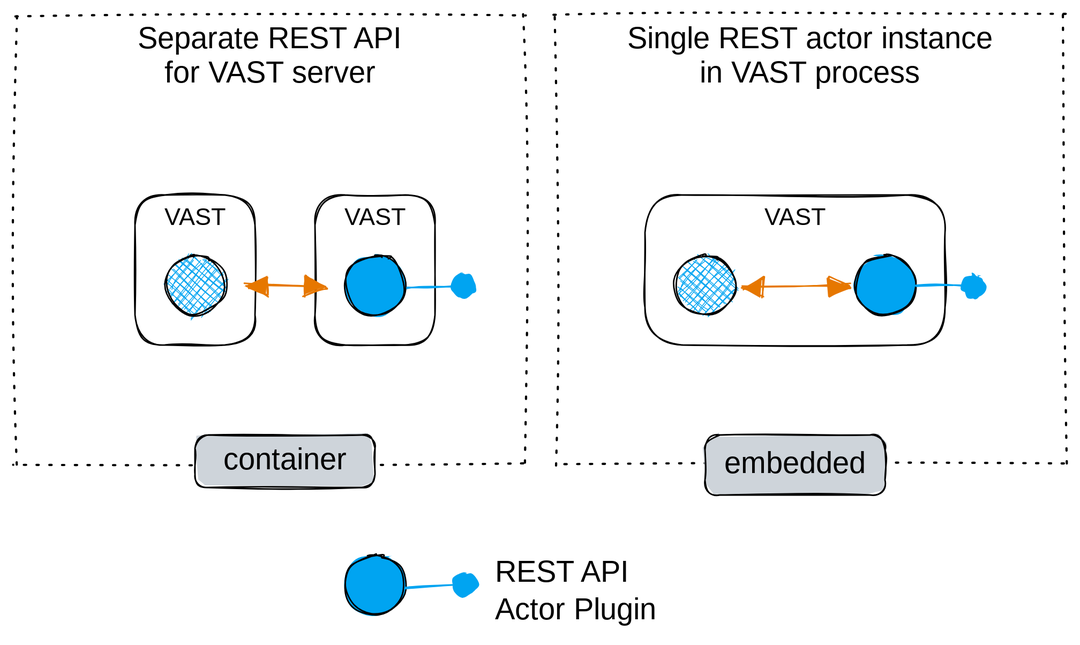
Before: web/docs/use/integrate/rest-api/rest-api-deployment-single.excalidraw.svg, a diagram exported from Excalidraw (tenzir/tenzir). Source tidied: one line per element, renumbered; positions are measured from the earlier drawing's top-left corner, leaving out a move shared by most shapes. The source it was exported from:
```json
{"id": 0, "type": "rectangle", "strokeColor": "#000000", "strokeWidth": 1, "strokeStyle": "dotted", "roughness": 1, "x": 360, "y": 0, "width": 340, "height": 300}
{"id": 1, "type": "text", "text": "Single REST actor instance\nin VAST process", "strokeColor": "#000000", "backgroundColor": "#00a4f1", "fillStyle": "cross-hatch", "strokeWidth": 1, "strokeStyle": "dotted", "roughness": 1, "fontSize": 20, "fontFamily": 1, "textAlign": "center", "inside": 0, "x": 394, "y": 5, "width": 272, "height": 46}
{"id": 2, "type": "rectangle", "strokeColor": "#000000", "strokeWidth": 1, "roughness": 1, "round": true, "x": 420, "y": 120, "width": 200, "height": 100}
{"id": 3, "type": "text", "text": "VAST", "strokeColor": "#000000", "backgroundColor": "#ced4da", "fillStyle": "solid", "strokeWidth": 1, "roughness": 1, "fontSize": 16, "fontFamily": 1, "textAlign": "center", "round": true, "inside": 2, "x": 499, "y": 125, "width": 42, "height": 19}
{"id": 4, "type": "ellipse", "strokeColor": "#000000", "backgroundColor": "#00a4f1", "fillStyle": "cross-hatch", "strokeWidth": 1, "roughness": 1, "x": 440, "y": 160, "width": 40, "height": 40}
{"id": 5, "type": "arrow", "strokeColor": "#e67700", "backgroundColor": "#00a4f1", "fillStyle": "solid", "strokeWidth": 1, "roughness": 1, "startArrowhead": "triangle", "endArrowhead": "triangle", "from": 4, "to": 6, "x": 484, "y": 180, "width": 72, "height": 0, "points": [[0, 0], [72, 0]]}
{"id": 6, "type": "ellipse", "strokeColor": "#000000", "backgroundColor": "#00a4f1", "fillStyle": "solid", "strokeWidth": 1, "roughness": 1, "x": 560, "y": 160, "width": 40, "height": 40}
{"id": 7, "type": "arrow", "strokeColor": "#00a4f1", "backgroundColor": "#00a4f1", "fillStyle": "solid", "strokeWidth": 1, "roughness": 1, "endArrowhead": "dot", "from": 6, "to": 2, "x": 600, "y": 180, "width": 40, "height": 0, "points": [[0, 0], [40, 0]]}
{"id": 8, "type": "rectangle", "strokeColor": "#000000", "backgroundColor": "#ced4da", "fillStyle": "solid", "strokeWidth": 1, "roughness": 1, "round": true, "x": 460, "y": 280, "width": 120, "height": 40}
{"id": 9, "type": "text", "text": "embedded", "strokeColor": "#000000", "backgroundColor": "#fab005", "fillStyle": "cross-hatch", "strokeWidth": 1, "strokeStyle": "dotted", "roughness": 1, "fontSize": 20, "fontFamily": 1, "textAlign": "center", "verticalAlign": "middle", "inside": 8, "x": 478, "y": 288, "width": 84, "height": 23}
{"id": 10, "type": "rectangle", "strokeColor": "#000000", "strokeWidth": 1, "strokeStyle": "dotted", "roughness": 1, "x": 0, "y": 0, "width": 340, "height": 300}
{"id": 11, "type": "text", "text": "Separate REST API\nfor VAST server", "strokeColor": "#000000", "backgroundColor": "#00a4f1", "fillStyle": "cross-hatch", "strokeWidth": 1, "strokeStyle": "dotted", "roughness": 1, "fontSize": 20, "fontFamily": 1, "textAlign": "center", "inside": 10, "x": 68, "y": 5, "width": 204, "height": 46}
{"id": 12, "type": "rectangle", "strokeColor": "#000000", "strokeWidth": 1, "roughness": 1, "round": true, "x": 80, "y": 120, "width": 80, "height": 100}
{"id": 13, "type": "text", "text": "VAST", "strokeColor": "#000000", "backgroundColor": "#ced4da", "fillStyle": "solid", "strokeWidth": 1, "roughness": 1, "fontSize": 16, "fontFamily": 1, "textAlign": "center", "round": true, "inside": 12, "x": 99, "y": 125, "width": 42, "height": 19}
{"id": 14, "type": "rectangle", "strokeColor": "#000000", "strokeWidth": 1, "roughness": 1, "round": true, "x": 200, "y": 120, "width": 80, "height": 100}
{"id": 15, "type": "text", "text": "VAST", "strokeColor": "#000000", "backgroundColor": "#ced4da", "fillStyle": "solid", "strokeWidth": 1, "roughness": 1, "fontSize": 16, "fontFamily": 1, "textAlign": "center", "round": true, "inside": 14, "x": 219, "y": 125, "width": 42, "height": 19}
{"id": 16, "type": "ellipse", "strokeColor": "#000000", "backgroundColor": "#00a4f1", "fillStyle": "cross-hatch", "strokeWidth": 1, "roughness": 1, "x": 100, "y": 160, "width": 40, "height": 40}
{"id": 17, "type": "arrow", "strokeColor": "#e67700", "backgroundColor": "#00a4f1", "fillStyle": "solid", "strokeWidth": 1, "roughness": 1, "startArrowhead": "triangle", "endArrowhead": "triangle", "from": 16, "to": 18, "x": 152, "y": 179, "width": 55, "height": 1, "points": [[0, 0], [55, 1]]}
{"id": 18, "type": "ellipse", "strokeColor": "#000000", "backgroundColor": "#00a4f1", "fillStyle": "solid", "strokeWidth": 1, "roughness": 1, "x": 220, "y": 160, "width": 40, "height": 40}
{"id": 19, "type": "arrow", "strokeColor": "#00a4f1", "backgroundColor": "#00a4f1", "fillStyle": "solid", "strokeWidth": 1, "roughness": 1, "endArrowhead": "dot", "from": 18, "to": 14, "x": 260, "y": 182, "width": 39, "height": 1, "points": [[0, 0], [39, -1]]}
{"id": 20, "type": "rectangle", "strokeColor": "#000000", "backgroundColor": "#ced4da", "fillStyle": "solid", "strokeWidth": 1, "roughness": 1, "round": true, "x": 120, "y": 280, "width": 120, "height": 35}
{"id": 21, "type": "text", "text": "container", "strokeColor": "#000000", "backgroundColor": "#fab005", "fillStyle": "cross-hatch", "strokeWidth": 1, "strokeStyle": "dotted", "roughness": 1, "fontSize": 20, "fontFamily": 1, "textAlign": "center", "verticalAlign": "middle", "inside": 20, "x": 142, "y": 285, "width": 76, "height": 23}
{"id": 22, "type": "ellipse", "strokeColor": "#000000", "backgroundColor": "#00a4f1", "fillStyle": "solid", "strokeWidth": 1, "roughness": 1, "x": 220, "y": 360, "width": 40, "height": 40}
{"id": 23, "type": "arrow", "strokeColor": "#00a4f1", "backgroundColor": "#00a4f1", "fillStyle": "solid", "strokeWidth": 1, "roughness": 1, "endArrowhead": "dot", "from": 22, "x": 261, "y": 382, "width": 39, "height": 1, "points": [[0, 0], [39, -1]]}
{"id": 24, "type": "text", "text": "REST API\nActor Plugin", "strokeColor": "#000000", "backgroundColor": "#00a4f1", "fillStyle": "cross-hatch", "strokeWidth": 1, "strokeStyle": "dotted", "roughness": 1, "fontSize": 20, "fontFamily": 1, "x": 320, "y": 360, "width": 120, "height": 50}
```
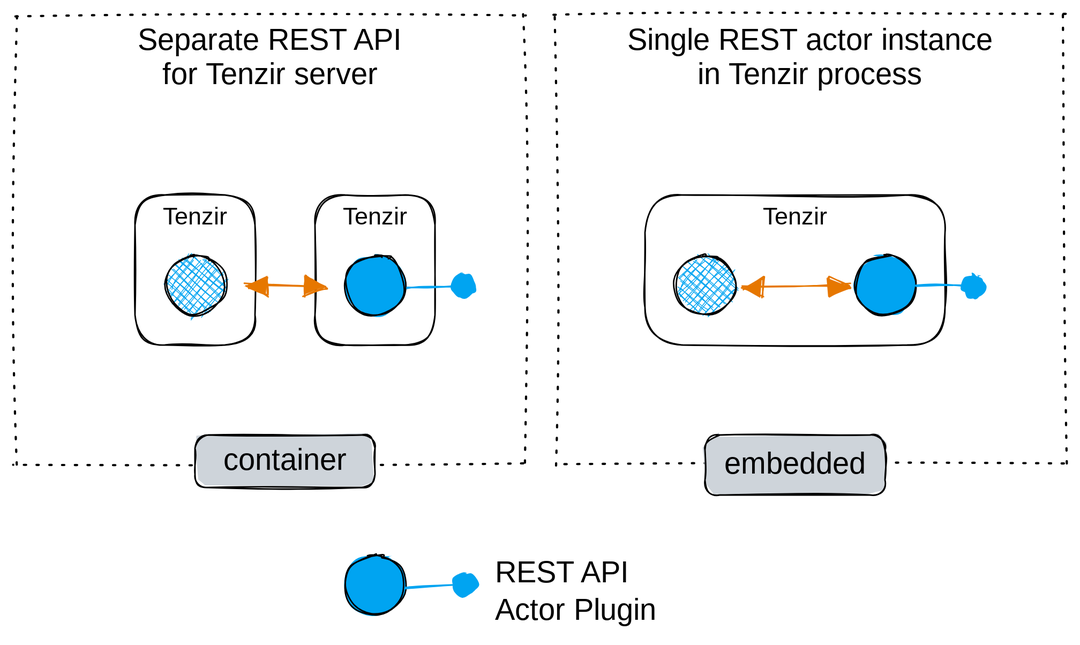
After the change.

Diff of the diagram source:
```diff
@@ -1,7 +1,7 @@
 {"id": 0, "type": "rectangle", "strokeColor": "#000000", "strokeWidth": 1, "strokeStyle": "dotted", "roughness": 1, "x": 360, "y": 0, "width": 340, "height": 300}
-{"id": 1, "type": "text", "text": "Single REST actor instance\nin VAST process", "strokeColor": "#000000", "backgroundColor": "#00a4f1", "fillStyle": "cross-hatch", "strokeWidth": 1, "strokeStyle": "dotted", "roughness": 1, "fontSize": 20, "fontFamily": 1, "textAlign": "center", "inside": 0, "x": 394, "y": 5, "width": 272, "height": 46}
+{"id": 1, "type": "text", "text": "Single REST actor instance\nin Tenzir process", "strokeColor": "#000000", "backgroundColor": "#00a4f1", "fillStyle": "cross-hatch", "strokeWidth": 1, "strokeStyle": "dotted", "roughness": 1, "fontSize": 20, "fontFamily": 1, "textAlign": "center", "inside": 0, "x": 394, "y": 5, "width": 271, "height": 46}
 {"id": 2, "type": "rectangle", "strokeColor": "#000000", "strokeWidth": 1, "roughness": 1, "round": true, "x": 420, "y": 120, "width": 200, "height": 100}
-{"id": 3, "type": "text", "text": "VAST", "strokeColor": "#000000", "backgroundColor": "#ced4da", "fillStyle": "solid", "strokeWidth": 1, "roughness": 1, "fontSize": 16, "fontFamily": 1, "textAlign": "center", "round": true, "inside": 2, "x": 499, "y": 125, "width": 42, "height": 19}
+{"id": 3, "type": "text", "text": "Tenzir", "strokeColor": "#000000", "backgroundColor": "#ced4da", "fillStyle": "solid", "strokeWidth": 1, "roughness": 1, "fontSize": 16, "fontFamily": 1, "textAlign": "center", "round": true, "inside": 2, "x": 496, "y": 125, "width": 49, "height": 19}
 {"id": 4, "type": "ellipse", "strokeColor": "#000000", "backgroundColor": "#00a4f1", "fillStyle": "cross-hatch", "strokeWidth": 1, "roughness": 1, "x": 440, "y": 160, "width": 40, "height": 40}
 {"id": 5, "type": "arrow", "strokeColor": "#e67700", "backgroundColor": "#00a4f1", "fillStyle": "solid", "strokeWidth": 1, "roughness": 1, "startArrowhead": "triangle", "endArrowhead": "triangle", "from": 4, "to": 6, "x": 484, "y": 180, "width": 72, "height": 0, "points": [[0, 0], [72, 0]]}
 {"id": 6, "type": "ellipse", "strokeColor": "#000000", "backgroundColor": "#00a4f1", "fillStyle": "solid", "strokeWidth": 1, "roughness": 1, "x": 560, "y": 160, "width": 40, "height": 40}
@@ -9,11 +9,11 @@
 {"id": 8, "type": "rectangle", "strokeColor": "#000000", "backgroundColor": "#ced4da", "fillStyle": "solid", "strokeWidth": 1, "roughness": 1, "round": true, "x": 460, "y": 280, "width": 120, "height": 40}
 {"id": 9, "type": "text", "text": "embedded", "strokeColor": "#000000", "backgroundColor": "#fab005", "fillStyle": "cross-hatch", "strokeWidth": 1, "strokeStyle": "dotted", "roughness": 1, "fontSize": 20, "fontFamily": 1, "textAlign": "center", "verticalAlign": "middle", "inside": 8, "x": 478, "y": 288, "width": 84, "height": 23}
 {"id": 10, "type": "rectangle", "strokeColor": "#000000", "strokeWidth": 1, "strokeStyle": "dotted", "roughness": 1, "x": 0, "y": 0, "width": 340, "height": 300}
-{"id": 11, "type": "text", "text": "Separate REST API\nfor VAST server", "strokeColor": "#000000", "backgroundColor": "#00a4f1", "fillStyle": "cross-hatch", "strokeWidth": 1, "strokeStyle": "dotted", "roughness": 1, "fontSize": 20, "fontFamily": 1, "textAlign": "center", "inside": 10, "x": 68, "y": 5, "width": 204, "height": 46}
+{"id": 11, "type": "text", "text": "Separate REST API\nfor Tenzir server", "strokeColor": "#000000", "backgroundColor": "#00a4f1", "fillStyle": "cross-hatch", "strokeWidth": 1, "strokeStyle": "dotted", "roughness": 1, "fontSize": 20, "fontFamily": 1, "textAlign": "center", "inside": 10, "x": 69, "y": 5, "width": 203, "height": 46}
 {"id": 12, "type": "rectangle", "strokeColor": "#000000", "strokeWidth": 1, "roughness": 1, "round": true, "x": 80, "y": 120, "width": 80, "height": 100}
-{"id": 13, "type": "text", "text": "VAST", "strokeColor": "#000000", "backgroundColor": "#ced4da", "fillStyle": "solid", "strokeWidth": 1, "roughness": 1, "fontSize": 16, "fontFamily": 1, "textAlign": "center", "round": true, "inside": 12, "x": 99, "y": 125, "width": 42, "height": 19}
+{"id": 13, "type": "text", "text": "Tenzir", "strokeColor": "#000000", "backgroundColor": "#ced4da", "fillStyle": "solid", "strokeWidth": 1, "roughness": 1, "fontSize": 16, "fontFamily": 1, "textAlign": "center", "round": true, "inside": 12, "x": 96, "y": 125, "width": 49, "height": 19}
 {"id": 14, "type": "rectangle", "strokeColor": "#000000", "strokeWidth": 1, "roughness": 1, "round": true, "x": 200, "y": 120, "width": 80, "height": 100}
-{"id": 15, "type": "text", "text": "VAST", "strokeColor": "#000000", "backgroundColor": "#ced4da", "fillStyle": "solid", "strokeWidth": 1, "roughness": 1, "fontSize": 16, "fontFamily": 1, "textAlign": "center", "round": true, "inside": 14, "x": 219, "y": 125, "width": 42, "height": 19}
+{"id": 15, "type": "text", "text": "Tenzir", "strokeColor": "#000000", "backgroundColor": "#ced4da", "fillStyle": "solid", "strokeWidth": 1, "roughness": 1, "fontSize": 16, "fontFamily": 1, "textAlign": "center", "round": true, "inside": 14, "x": 216, "y": 125, "width": 49, "height": 19}
 {"id": 16, "type": "ellipse", "strokeColor": "#000000", "backgroundColor": "#00a4f1", "fillStyle": "cross-hatch", "strokeWidth": 1, "roughness": 1, "x": 100, "y": 160, "width": 40, "height": 40}
 {"id": 17, "type": "arrow", "strokeColor": "#e67700", "backgroundColor": "#00a4f1", "fillStyle": "solid", "strokeWidth": 1, "roughness": 1, "startArrowhead": "triangle", "endArrowhead": "triangle", "from": 16, "to": 18, "x": 152, "y": 179, "width": 55, "height": 1, "points": [[0, 0], [55, 1]]}
 {"id": 18, "type": "ellipse", "strokeColor": "#000000", "backgroundColor": "#00a4f1", "fillStyle": "solid", "strokeWidth": 1, "roughness": 1, "x": 220, "y": 160, "width": 40, "height": 40}
```
